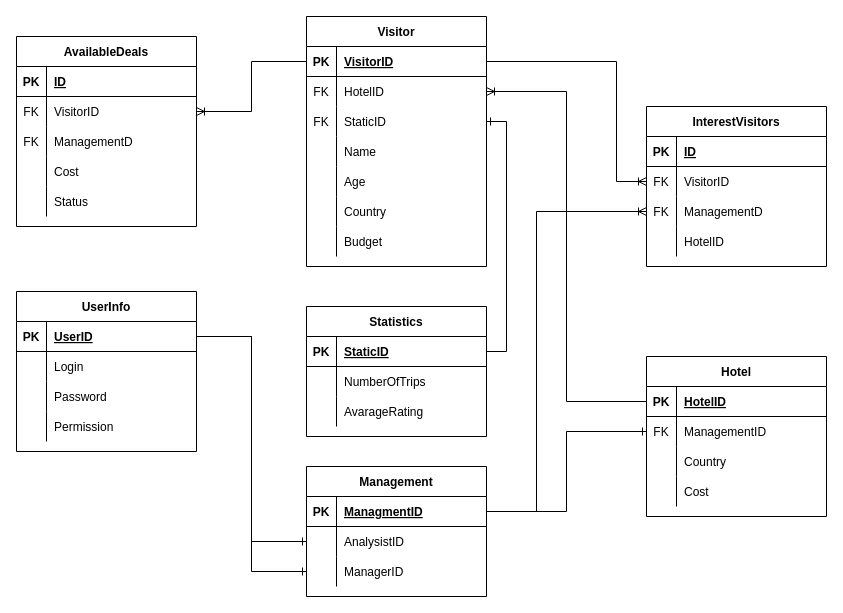
Earlier version of the draw.io diagram page "БД" (5 of 9) of lab_01/docs/ppo.drawio (kpirap18/BMSTU-Software-Design-sem6). Source tidied: cells renumbered, new cells numbered last; positions are measured from the earlier drawing's top-left corner, leaving out a move shared by most shapes. Both pictures are drawn from the tidied source at 100%, with x=0, y=0 at pixel (16, 16).
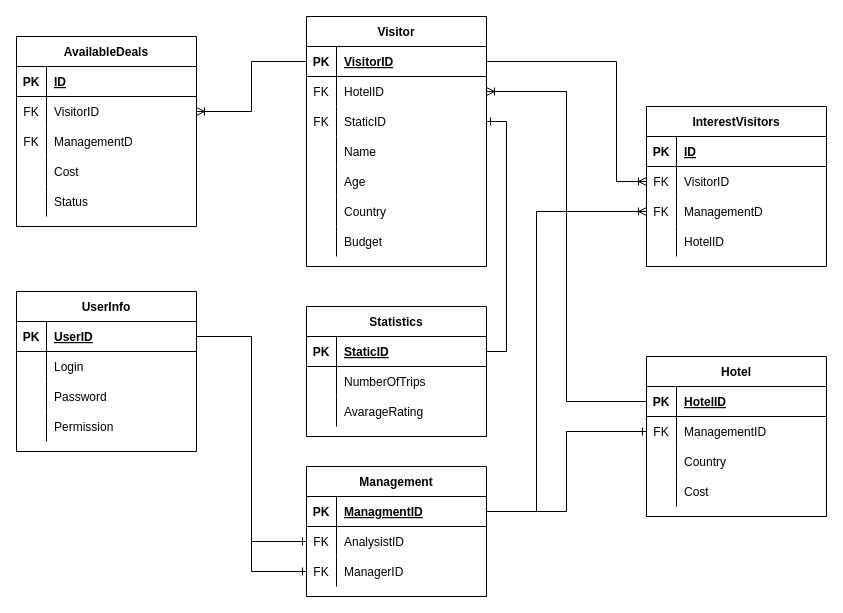
After the change.

The change refers to these unchanged cells:
```xml
<mxCell id="19" style="shape=partialRectangle;fillColor=none;top=0;left=0;bottom=0;right=0;points=[[0,0.5],[1,0.5]];portConstraint=eastwest;" parent="15" vertex="1">
  <mxGeometry y="60" width="180" height="30" as="geometry" />
</mxCell>
<mxCell id="22" style="shape=partialRectangle;fillColor=none;top=0;left=0;bottom=0;right=0;points=[[0,0.5],[1,0.5]];portConstraint=eastwest;" parent="15" vertex="1">
  <mxGeometry y="90" width="180" height="30" as="geometry" />
</mxCell>
```

Change to the diagram source:
```diff
@@
-    <mxCell id="20" style="shape=partialRectangle;fillColor=none;top=0;left=0;bottom=0;right=0;overflow=hidden;" parent="19" vertex="1">
+    <mxCell id="20" value="FK" style="shape=partialRectangle;fillColor=none;top=0;left=0;bottom=0;right=0;overflow=hidden;" parent="19" vertex="1">
       <mxGeometry width="30" height="30" as="geometry" />
     </mxCell>
@@
-    <mxCell id="23" style="shape=partialRectangle;fillColor=none;top=0;left=0;bottom=0;right=0;overflow=hidden;" parent="22" vertex="1">
+    <mxCell id="23" value="FK" style="shape=partialRectangle;fillColor=none;top=0;left=0;bottom=0;right=0;overflow=hidden;" parent="22" vertex="1">
       <mxGeometry width="30" height="30" as="geometry" />
     </mxCell>
```
